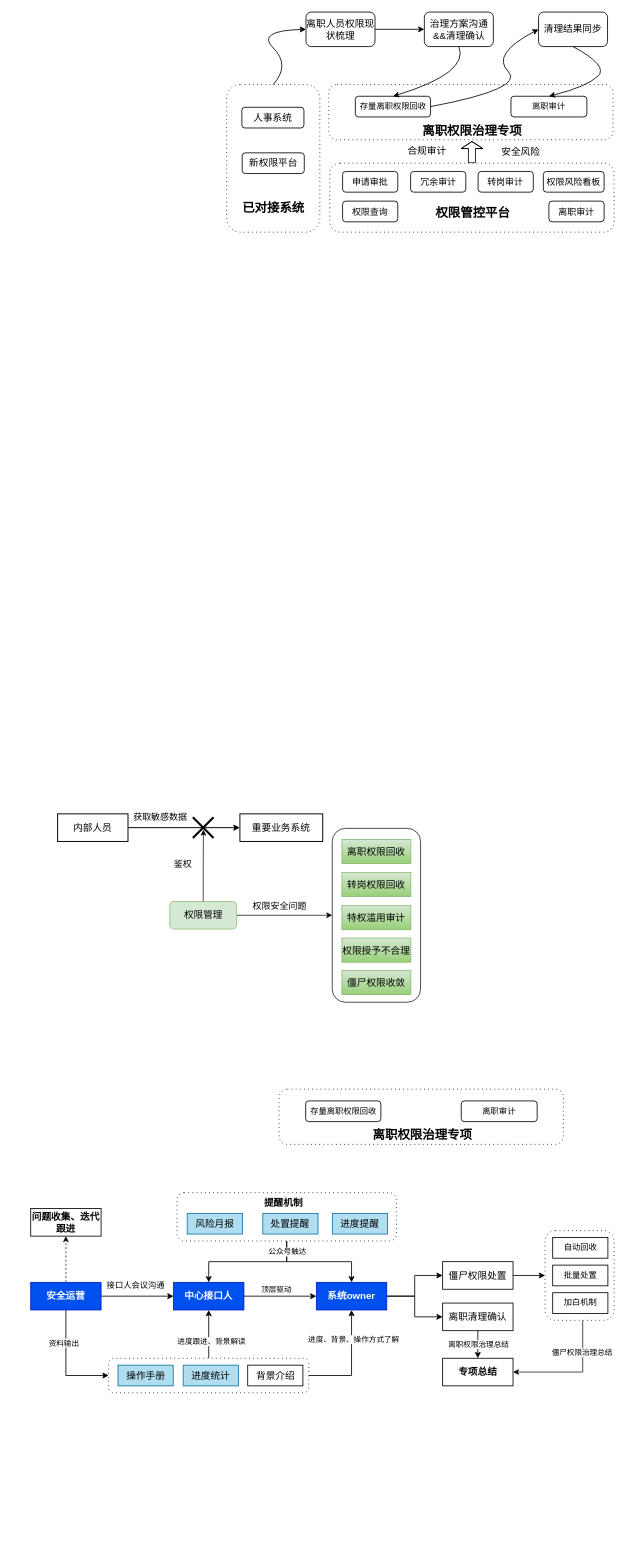
Before: page "第 14 页" (13 of 13) of 权限审计.drawio in zpxiao-ios/hello-world, a draw.io diagram. Source tidied: cells renumbered, new cells numbered last; positions are measured from the earlier drawing's top-left corner, leaving out a move shared by most shapes. Both pictures are drawn from the tidied source at 69%, with x=0, y=0 at pixel (30, 12).
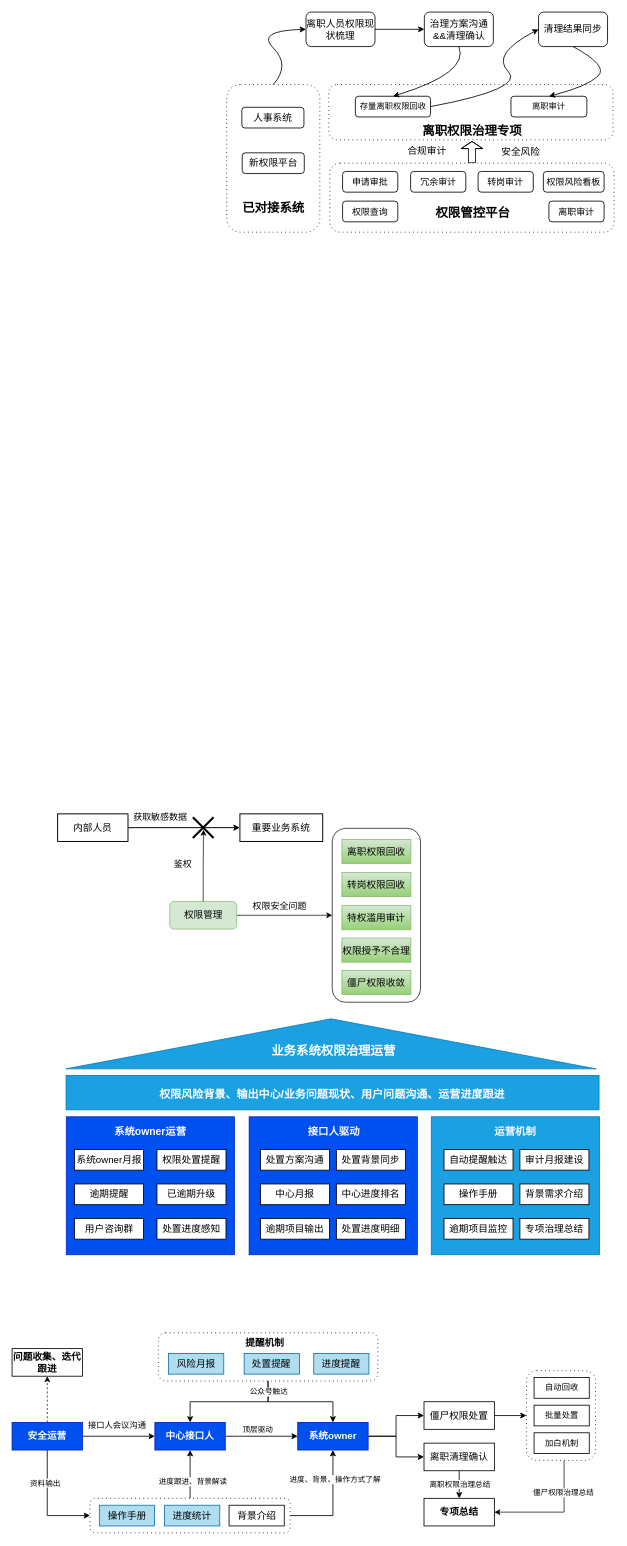
The same diagram, later.

Commit message:
更新权限审计.drawio

Diff of the diagram source:
```diff
@@
+    <mxCell id="90" style="rounded=0;whiteSpace=wrap;html=1;fillColor=#1ba1e2;strokeColor=#006EAF;fontColor=#ffffff;" parent="1" vertex="1">
+      <mxGeometry x="580.5" y="1601" width="244" height="200" as="geometry" />
+    </mxCell>
+    <mxCell id="91" style="rounded=0;whiteSpace=wrap;html=1;fillColor=#0050ef;fontColor=#ffffff;strokeColor=#001DBC;" parent="1" vertex="1">
+      <mxGeometry x="51.5" y="1601" width="244" height="200" as="geometry" />
+    </mxCell>
+    <mxCell id="92" style="rounded=0;whiteSpace=wrap;html=1;fillColor=#0050ef;fontColor=#ffffff;strokeColor=#001DBC;flipV=1;" parent="1" vertex="1">
+      <mxGeometry x="316.5" y="1601" width="244" height="200" as="geometry" />
+    </mxCell>
@@
     <mxCell id="4" style="edgeStyle=orthogonalEdgeStyle;rounded=0;jettySize=auto;html=1;entryX=0.5;entryY=1;entryDx=0;entryDy=0;strokeWidth=1.2;" parent="1" edge="1" source="6" target="68">
       <mxGeometry relative="1" as="geometry">
         <Array as="points">
-          <mxPoint x="465" y="1976" />
+          <mxPoint x="438" y="2179" />
         </Array>
       </mxGeometry>
     </mxCell>
@@
     <mxCell id="6" style="rounded=1;whiteSpace=wrap;html=1;fontSize=12;dashed=1;dashPattern=1 4;strokeWidth=1.2;labelBackgroundColor=none;flipH=1;" parent="1" vertex="1">
-      <mxGeometry x="113" y="1951" width="290" height="50" as="geometry" />
+      <mxGeometry x="86" y="2154" width="290" height="50" as="geometry" />
     </mxCell>
@@
     <mxCell id="8" style="rounded=1;whiteSpace=wrap;html=1;fontSize=14;dashed=1;dashPattern=1 4;strokeWidth=1.2;labelBackgroundColor=none;" parent="1" vertex="1">
-      <mxGeometry x="212" y="1711" width="318" height="70" as="geometry" />
+      <mxGeometry x="185" y="1914" width="318" height="70" as="geometry" />
     </mxCell>
     <mxCell id="9" style="edgeStyle=orthogonalEdgeStyle;rounded=0;jettySize=auto;html=1;entryX=1;entryY=0.5;entryDx=0;entryDy=0;" parent="1" edge="1" source="11" target="82">
       <mxGeometry relative="1" as="geometry">
         <Array as="points">
-          <mxPoint x="800" y="1971" />
+          <mxPoint x="773" y="2174" />
         </Array>
       </mxGeometry>
     </mxCell>
@@
     <mxCell id="11" style="rounded=1;whiteSpace=wrap;html=1;fontSize=12;dashed=1;dashPattern=1 4;strokeWidth=1.2;labelBackgroundColor=none;" parent="1" vertex="1">
-      <mxGeometry x="745.5" y="1766" width="100" height="130" as="geometry" />
+      <mxGeometry x="718.5" y="1969" width="100" height="130" as="geometry" />
     </mxCell>
@@
     <mxCell id="56" style="edgeStyle=orthogonalEdgeStyle;rounded=0;jettySize=auto;html=1;entryX=0;entryY=0.5;entryDx=0;entryDy=0;strokeWidth=1.2;" parent="1" edge="1" source="59" target="6">
       <mxGeometry relative="1" as="geometry">
         <Array as="points">
-          <mxPoint x="51" y="1976" />
+          <mxPoint x="24" y="2179" />
         </Array>
       </mxGeometry>
     </mxCell>
@@
     <mxCell id="59" value="安全运营" style="rounded=0;whiteSpace=wrap;html=1;strokeWidth=1.2;fontSize=14;flipH=1;fillColor=#0050ef;fontColor=#ffffff;strokeColor=#001DBC;fontStyle=1;" parent="1" vertex="1">
-      <mxGeometry y="1841" width="102" height="40" as="geometry" />
+      <mxGeometry x="-27" y="2044" width="102" height="40" as="geometry" />
     </mxCell>
     <mxCell id="60" value="风险月报" style="rounded=0;whiteSpace=wrap;html=1;strokeWidth=1.2;fontSize=14;fillColor=#b1ddf0;strokeColor=#10739e;" parent="1" vertex="1">
-      <mxGeometry x="226.8" y="1741" width="80" height="30" as="geometry" />
+      <mxGeometry x="199.8" y="1944" width="80" height="30" as="geometry" />
     </mxCell>
@@
     <mxCell id="63" value="中心接口人" style="rounded=0;whiteSpace=wrap;html=1;strokeWidth=1.2;fontSize=14;flipH=1;fillColor=#0050ef;fontColor=#ffffff;strokeColor=#001DBC;fontStyle=1;" parent="1" vertex="1">
-      <mxGeometry x="207" y="1841" width="102" height="40" as="geometry" />
+      <mxGeometry x="180" y="2044" width="102" height="40" as="geometry" />
     </mxCell>
     <mxCell id="64" value="操作手册" style="rounded=0;whiteSpace=wrap;html=1;strokeWidth=1.2;fontSize=14;flipH=1;fillColor=#b1ddf0;strokeColor=#10739e;" parent="1" vertex="1">
-      <mxGeometry x="126.5" y="1961" width="80" height="30" as="geometry" />
+      <mxGeometry x="99.5" y="2164" width="80" height="30" as="geometry" />
     </mxCell>
     <mxCell id="65" value="进度统计" style="rounded=0;whiteSpace=wrap;html=1;strokeWidth=1.2;fontSize=14;flipH=1;fillColor=#b1ddf0;strokeColor=#10739e;" parent="1" vertex="1">
-      <mxGeometry x="221" y="1961" width="80" height="30" as="geometry" />
+      <mxGeometry x="194" y="2164" width="80" height="30" as="geometry" />
     </mxCell>
@@
     <mxCell id="68" value="系统owner" style="rounded=0;whiteSpace=wrap;html=1;strokeWidth=1.2;fontSize=14;flipH=1;fillColor=#0050ef;fontColor=#ffffff;strokeColor=#001DBC;fontStyle=1;" parent="1" vertex="1">
-      <mxGeometry x="414" y="1841" width="102" height="40" as="geometry" />
+      <mxGeometry x="387" y="2044" width="102" height="40" as="geometry" />
     </mxCell>
@@
     <mxCell id="70" value="僵尸权限处置" style="rounded=0;whiteSpace=wrap;html=1;strokeWidth=1.2;fontSize=14;flipH=1;" parent="1" vertex="1">
-      <mxGeometry x="597" y="1811" width="102" height="40" as="geometry" />
+      <mxGeometry x="570" y="2014" width="102" height="40" as="geometry" />
     </mxCell>
@@
     <mxCell id="73" value="离职清理确认" style="rounded=0;whiteSpace=wrap;html=1;strokeWidth=1.2;fontSize=14;" parent="1" vertex="1">
-      <mxGeometry x="597" y="1871" width="102" height="40" as="geometry" />
+      <mxGeometry x="570" y="2074" width="102" height="40" as="geometry" />
     </mxCell>
-    <mxCell id="74" style="rounded=1;whiteSpace=wrap;html=1;fontSize=14;dashed=1;dashPattern=1 4;strokeWidth=1.2;labelBackgroundColor=none;" parent="1" vertex="1">
-      <mxGeometry x="360" y="1561" width="412" height="80" as="geometry" />
-    </mxCell>
-    <mxCell id="75" value="离职审计" style="rounded=1;whiteSpace=wrap;html=1;strokeWidth=1.2;labelBackgroundColor=none;" parent="1" vertex="1">
-      <mxGeometry x="624" y="1578" width="110" height="30" as="geometry" />
-    </mxCell>
-    <mxCell id="76" value="存量离职权限回收" style="rounded=1;whiteSpace=wrap;html=1;strokeWidth=1.2;labelBackgroundColor=none;" parent="1" vertex="1">
-      <mxGeometry x="398.5" y="1578" width="109" height="30" as="geometry" />
-    </mxCell>
-    <mxCell id="77" value="&lt;font style=&quot;font-size: 18px;&quot;&gt;&lt;b&gt;离职权限治理专项&lt;/b&gt;&lt;/font&gt;" style="text;html=1;align=center;verticalAlign=middle;whiteSpace=wrap;rounded=1;fontSize=14;strokeWidth=1.2;labelBackgroundColor=none;" parent="1" vertex="1">
-      <mxGeometry x="478.6" y="1613" width="177.8" height="30" as="geometry" />
-    </mxCell>
     <mxCell id="78" value="接口人会议沟通" style="text;html=1;align=center;verticalAlign=middle;strokeColor=none;fillColor=none;strokeWidth=1.2;" parent="1" vertex="1">
-      <mxGeometry x="96.5" y="1831" width="110" height="30" as="geometry" />
+      <mxGeometry x="69.5" y="2034" width="110" height="30" as="geometry" />
     </mxCell>
     <mxCell id="79" value="处置提醒" style="rounded=0;whiteSpace=wrap;html=1;strokeWidth=1.2;fontSize=14;fillColor=#b1ddf0;strokeColor=#10739e;" parent="1" vertex="1">
-      <mxGeometry x="336.4" y="1741" width="80" height="30" as="geometry" />
+      <mxGeometry x="309.4" y="1944" width="80" height="30" as="geometry" />
     </mxCell>
     <mxCell id="80" value="进度提醒" style="rounded=0;whiteSpace=wrap;html=1;strokeWidth=1.2;fontSize=14;fillColor=#b1ddf0;strokeColor=#10739e;" parent="1" vertex="1">
-      <mxGeometry x="437.2" y="1741" width="80" height="30" as="geometry" />
+      <mxGeometry x="410.2" y="1944" width="80" height="30" as="geometry" />
     </mxCell>
     <mxCell id="81" value="背景介绍" style="rounded=0;whiteSpace=wrap;html=1;strokeWidth=1.2;fontSize=14;flipH=1;" parent="1" vertex="1">
-      <mxGeometry x="314.5" y="1961" width="80" height="30" as="geometry" />
+      <mxGeometry x="287.5" y="2164" width="80" height="30" as="geometry" />
     </mxCell>
     <mxCell id="82" value="&lt;b&gt;专项总结&lt;/b&gt;" style="rounded=0;whiteSpace=wrap;html=1;strokeWidth=1.2;fontSize=14;" parent="1" vertex="1">
-      <mxGeometry x="597" y="1951" width="102" height="40" as="geometry" />
+      <mxGeometry x="570" y="2154" width="102" height="40" as="geometry" />
     </mxCell>
     <mxCell id="83" value="自动回收" style="rounded=0;whiteSpace=wrap;html=1;strokeWidth=1.2;fontSize=12;flipH=1;flipV=1;" parent="1" vertex="1">
-      <mxGeometry x="756.5" y="1776" width="80" height="30" as="geometry" />
+      <mxGeometry x="729.5" y="1979" width="80" height="30" as="geometry" />
     </mxCell>
     <mxCell id="84" value="批量处置" style="rounded=0;whiteSpace=wrap;html=1;strokeWidth=1.2;fontSize=12;flipH=1;flipV=1;" parent="1" vertex="1">
-      <mxGeometry x="756.5" y="1816" width="80" height="30" as="geometry" />
+      <mxGeometry x="729.5" y="2019" width="80" height="30" as="geometry" />
     </mxCell>
     <mxCell id="85" value="加白机制" style="rounded=0;whiteSpace=wrap;html=1;strokeWidth=1.2;fontSize=12;flipH=1;flipV=1;" parent="1" vertex="1">
-      <mxGeometry x="756.5" y="1856" width="80" height="30" as="geometry" />
+      <mxGeometry x="729.5" y="2059" width="80" height="30" as="geometry" />
     </mxCell>
     <mxCell id="86" value="&lt;span style=&quot;font-size: 14px;&quot;&gt;提醒机制&lt;/span&gt;" style="text;html=1;align=center;verticalAlign=middle;whiteSpace=wrap;rounded=0;strokeWidth=1.2;fontStyle=1;" parent="1" vertex="1">
-      <mxGeometry x="321.5" y="1711" width="89" height="30" as="geometry" />
+      <mxGeometry x="294.5" y="1914" width="89" height="30" as="geometry" />
     </mxCell>
@@
     <mxCell id="89" value="问题收集、迭代跟进" style="rounded=0;whiteSpace=wrap;html=1;strokeWidth=1.2;fontSize=14;flipH=1;fontStyle=1;" parent="1" vertex="1">
-      <mxGeometry y="1734" width="102" height="40" as="geometry" />
+      <mxGeometry x="-27" y="1937" width="102" height="40" as="geometry" />
     </mxCell>
+    <mxCell id="93" style="rounded=0;whiteSpace=wrap;html=1;fillColor=#1ba1e2;strokeColor=#006EAF;flipV=1;fontColor=#ffffff;" parent="1" vertex="1">
+      <mxGeometry x="51.2" y="1541" width="772.5" height="50" as="geometry" />
+    </mxCell>
+    <mxCell id="94" style="triangle;whiteSpace=wrap;html=1;rotation=-90;fillColor=#1ba1e2;strokeColor=#006EAF;flipV=1;fontColor=#ffffff;" parent="1" vertex="1">
+      <mxGeometry x="399" y="1111" width="72.5" height="768.6" as="geometry" />
+    </mxCell>
+    <mxCell id="95" value="&lt;font style=&quot;font-size: 16px;&quot;&gt;权限风险背景、输出中心/业务问题现状、用户问题沟通、运营进度跟进&lt;/font&gt;" style="text;html=1;align=center;verticalAlign=middle;whiteSpace=wrap;rounded=0;fontStyle=1;fontColor=#FFFFFF;" parent="1" vertex="1">
+      <mxGeometry x="178.3" y="1553" width="518.3" height="30" as="geometry" />
+    </mxCell>
+    <mxCell id="96" value="&lt;font style=&quot;font-size: 15px;&quot; color=&quot;#ffffff&quot;&gt;系统owner运营&lt;/font&gt;" style="text;html=1;align=center;verticalAlign=middle;whiteSpace=wrap;rounded=0;fontStyle=1;" parent="1" vertex="1">
+      <mxGeometry x="113.9" y="1607.4" width="119.2" height="30" as="geometry" />
+    </mxCell>
+    <mxCell id="97" value="&lt;font style=&quot;font-size: 15px;&quot;&gt;&lt;b&gt;接口人驱动&lt;/b&gt;&lt;/font&gt;" style="text;html=1;align=center;verticalAlign=middle;whiteSpace=wrap;rounded=0;fontColor=#FFFFFF;" parent="1" vertex="1">
+      <mxGeometry x="391.5" y="1607.4" width="95" height="30" as="geometry" />
+    </mxCell>
+    <mxCell id="98" value="&lt;font style=&quot;font-size: 15px;&quot;&gt;运营机制&lt;/font&gt;" style="text;html=1;align=center;verticalAlign=middle;whiteSpace=wrap;rounded=0;fontColor=#FFFFFF;fontStyle=1;" parent="1" vertex="1">
+      <mxGeometry x="654.5" y="1607.4" width="95" height="30" as="geometry" />
+    </mxCell>
+    <mxCell id="99" value="系统owner月报" style="rounded=0;whiteSpace=wrap;html=1;strokeWidth=1.2;fontSize=14;" parent="1" vertex="1">
+      <mxGeometry x="63.5" y="1648.4" width="100" height="30" as="geometry" />
+    </mxCell>
+    <mxCell id="100" value="权限处置提醒" style="rounded=0;whiteSpace=wrap;html=1;strokeWidth=1.2;fontSize=14;" parent="1" vertex="1">
+      <mxGeometry x="183" y="1648.4" width="100" height="30" as="geometry" />
+    </mxCell>
+    <mxCell id="101" value="逾期提醒" style="rounded=0;whiteSpace=wrap;html=1;strokeWidth=1.2;fontSize=14;" parent="1" vertex="1">
+      <mxGeometry x="63.5" y="1698.4" width="100" height="30" as="geometry" />
+    </mxCell>
+    <mxCell id="102" value="已逾期升级" style="rounded=0;whiteSpace=wrap;html=1;strokeWidth=1.2;fontSize=14;" parent="1" vertex="1">
+      <mxGeometry x="183" y="1698.4" width="100" height="30" as="geometry" />
+    </mxCell>
+    <mxCell id="103" value="用户咨询群" style="rounded=0;whiteSpace=wrap;html=1;strokeWidth=1.2;fontSize=14;" parent="1" vertex="1">
+      <mxGeometry x="63.5" y="1748.4" width="100" height="30" as="geometry" />
+    </mxCell>
+    <mxCell id="104" value="处置进度感知" style="rounded=0;whiteSpace=wrap;html=1;strokeWidth=1.2;fontSize=14;" parent="1" vertex="1">
+      <mxGeometry x="183" y="1748.4" width="100" height="30" as="geometry" />
+    </mxCell>
+    <mxCell id="105" value="中心月报" style="rounded=0;whiteSpace=wrap;html=1;strokeWidth=1.2;fontSize=14;" parent="1" vertex="1">
+      <mxGeometry x="333" y="1698.4" width="100" height="30" as="geometry" />
+    </mxCell>
+    <mxCell id="106" value="中心进度排名" style="rounded=0;whiteSpace=wrap;html=1;strokeWidth=1.2;fontSize=14;" parent="1" vertex="1">
+      <mxGeometry x="443" y="1698.4" width="100" height="30" as="geometry" />
+    </mxCell>
+    <mxCell id="107" value="逾期项目输出" style="rounded=0;whiteSpace=wrap;html=1;strokeWidth=1.2;fontSize=14;" parent="1" vertex="1">
+      <mxGeometry x="333" y="1748.4" width="100" height="30" as="geometry" />
+    </mxCell>
+    <mxCell id="108" value="处置背景同步" style="rounded=0;whiteSpace=wrap;html=1;strokeWidth=1.2;fontSize=14;" parent="1" vertex="1">
+      <mxGeometry x="443" y="1648.4" width="100" height="30" as="geometry" />
+    </mxCell>
+    <mxCell id="109" value="处置方案沟通" style="rounded=0;whiteSpace=wrap;html=1;strokeWidth=1.2;fontSize=14;" parent="1" vertex="1">
+      <mxGeometry x="333" y="1648.4" width="100" height="30" as="geometry" />
+    </mxCell>
+    <mxCell id="110" value="处置进度明细" style="rounded=0;whiteSpace=wrap;html=1;strokeWidth=1.2;fontSize=14;" parent="1" vertex="1">
+      <mxGeometry x="443" y="1748.4" width="100" height="30" as="geometry" />
+    </mxCell>
+    <mxCell id="111" value="操作手册" style="rounded=0;whiteSpace=wrap;html=1;strokeWidth=1.2;fontSize=14;" parent="1" vertex="1">
+      <mxGeometry x="599" y="1698.4" width="100" height="30" as="geometry" />
+    </mxCell>
+    <mxCell id="112" value="背景需求介绍" style="rounded=0;whiteSpace=wrap;html=1;strokeWidth=1.2;fontSize=14;" parent="1" vertex="1">
+      <mxGeometry x="709" y="1698.4" width="100" height="30" as="geometry" />
+    </mxCell>
+    <mxCell id="113" value="逾期项目监控" style="rounded=0;whiteSpace=wrap;html=1;strokeWidth=1.2;fontSize=14;" parent="1" vertex="1">
+      <mxGeometry x="599" y="1748.4" width="100" height="30" as="geometry" />
+    </mxCell>
+    <mxCell id="114" value="审计月报建设" style="rounded=0;whiteSpace=wrap;html=1;strokeWidth=1.2;fontSize=14;" parent="1" vertex="1">
+      <mxGeometry x="709" y="1648.4" width="100" height="30" as="geometry" />
+    </mxCell>
+    <mxCell id="115" value="自动提醒触达" style="rounded=0;whiteSpace=wrap;html=1;strokeWidth=1.2;fontSize=14;" parent="1" vertex="1">
+      <mxGeometry x="599" y="1648.4" width="100" height="30" as="geometry" />
+    </mxCell>
+    <mxCell id="116" value="专项治理总结" style="rounded=0;whiteSpace=wrap;html=1;strokeWidth=1.2;fontSize=14;" parent="1" vertex="1">
+      <mxGeometry x="709" y="1748.4" width="100" height="30" as="geometry" />
+    </mxCell>
+    <mxCell id="117" value="&lt;font style=&quot;font-size: 18px;&quot;&gt;业务系统权限治理运营&lt;/font&gt;" style="text;html=1;align=center;verticalAlign=middle;whiteSpace=wrap;rounded=0;fontStyle=1;fontColor=#FFFFFF;" parent="1" vertex="1">
+      <mxGeometry x="301.1" y="1491" width="275.8" height="30" as="geometry" />
+    </mxCell>
```
